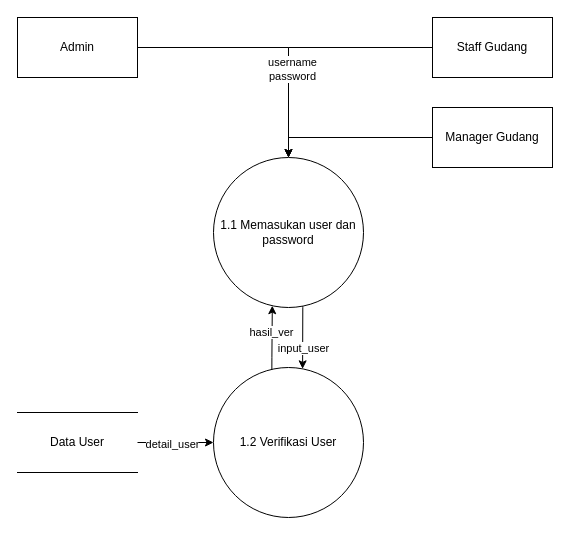
Before: skripsi-dfd1-1.drawio in raflialkindhi/graph-save, a draw.io diagram. Source tidied: cells renumbered, new cells numbered last; positions are measured from the earlier drawing's top-left corner, leaving out a move shared by most shapes. Both pictures are drawn from the tidied source at 100%, with x=0, y=0 at pixel (17, 17).
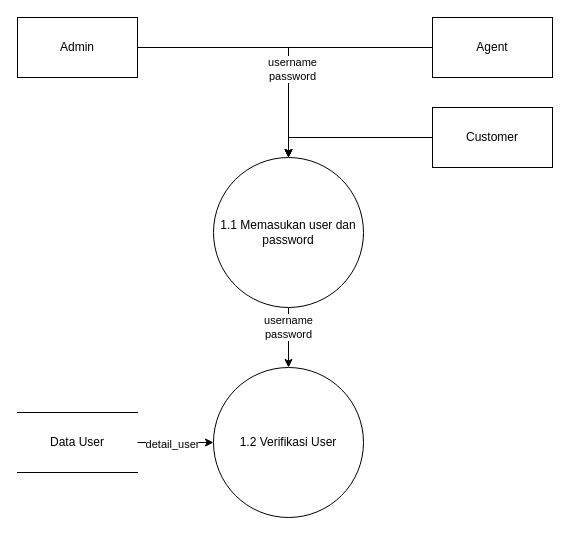
Above is the later version.

The change refers to these unchanged cells:
```xml
<mxCell id="4" value="1.1 Memasukan user dan password" style="ellipse;whiteSpace=wrap;html=1;" parent="1" vertex="1">
  <mxGeometry x="196" y="140" width="150" height="150" as="geometry" />
</mxCell>
<mxCell id="17" value="1.2 Verifikasi User" style="ellipse;whiteSpace=wrap;html=1;" parent="1" vertex="1">
  <mxGeometry x="196" y="350" width="150" height="150" as="geometry" />
</mxCell>
```

Diff of the diagram source:
```diff
@@
-    <mxCell id="2" style="edgeStyle=orthogonalEdgeStyle;rounded=0;jettySize=auto;html=1;exitX=0.595;exitY=0.991;exitDx=0;exitDy=0;entryX=0.594;entryY=0.009;entryDx=0;entryDy=0;entryPerimeter=0;exitPerimeter=0;" parent="1" edge="1" source="4" target="17">
-      <mxGeometry relative="1" as="geometry">
-        <Array as="points">
-          <mxPoint x="285" y="290" />
-          <mxPoint x="285" y="290" />
-        </Array>
-      </mxGeometry>
+    <mxCell id="2" style="edgeStyle=orthogonalEdgeStyle;rounded=0;jettySize=auto;html=1;exitX=0.5;exitY=1;exitDx=0;exitDy=0;entryX=0.5;entryY=0;entryDx=0;entryDy=0;" parent="1" edge="1" source="4" target="17">
+      <mxGeometry relative="1" as="geometry" />
     </mxCell>
-    <mxCell id="3" value="input_user" style="edgeLabel;html=1;align=center;verticalAlign=middle;" parent="2" vertex="1">
-      <mxGeometry x="0.34" relative="1" as="geometry" />
-    </mxCell>
+    <mxCell id="18" value="&lt;div&gt;username&lt;/div&gt;&lt;div&gt;password&lt;/div&gt;" style="edgeLabel;html=1;align=center;verticalAlign=middle;" parent="2" vertex="1">
+      <mxGeometry x="-0.37" y="-1" relative="1" as="geometry" />
+    </mxCell>
@@
-    <mxCell id="6" value="Staff Gudang" style="rounded=0;whiteSpace=wrap;html=1;" parent="1" vertex="1">
+    <mxCell id="6" value="Agent" style="rounded=0;whiteSpace=wrap;html=1;" parent="1" vertex="1">
       <mxGeometry x="415" width="120" height="60" as="geometry" />
     </mxCell>
@@
-    <mxCell id="11" value="Manager Gudang" style="rounded=0;whiteSpace=wrap;html=1;" parent="1" vertex="1">
+    <mxCell id="11" value="Customer" style="rounded=0;whiteSpace=wrap;html=1;" parent="1" vertex="1">
       <mxGeometry x="415" y="90" width="120" height="60" as="geometry" />
     </mxCell>
@@
-    <mxCell id="15" style="edgeStyle=orthogonalEdgeStyle;rounded=0;jettySize=auto;html=1;exitX=0.389;exitY=0.028;exitDx=0;exitDy=0;entryX=0.392;entryY=0.988;entryDx=0;entryDy=0;entryPerimeter=0;exitPerimeter=0;" parent="1" edge="1" source="17" target="4">
-      <mxGeometry relative="1" as="geometry">
-        <Array as="points">
-          <mxPoint x="254" y="340" />
-          <mxPoint x="255" y="340" />
-        </Array>
-      </mxGeometry>
-    </mxCell>
-    <mxCell id="16" value="hasil_ver" style="edgeLabel;html=1;align=center;verticalAlign=middle;" parent="15" vertex="1">
-      <mxGeometry x="0.2" y="1" relative="1" as="geometry" />
-    </mxCell>
```
